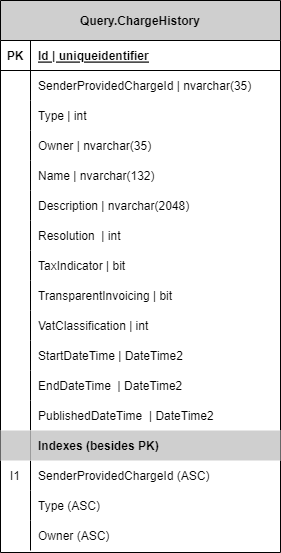
The draw.io diagram docs/data-models/ChargeHistoryDataModel.png in Energinet-DataHub/ARCHIVED-geh-charges, before a commit. Source tidied: cells renumbered, new cells last; positions are measured from the earlier drawing's top-left corner, leaving out a move shared by most shapes.
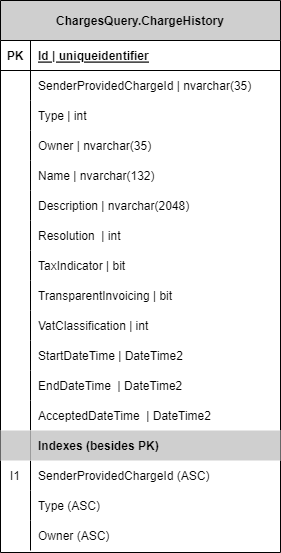
After the change.

Commit message:
AcceptedDateTime and Schema name to ChargesQuery

What changed in the source:
```diff
@@ -2,7 +2,7 @@
   <root>
     <mxCell id="0" />
     <mxCell id="1" parent="0" />
-    <mxCell id="2" value="Query.ChargeHistory" style="shape=table;startSize=40;rowLines=0;fontStyle=1;align=center;fillColor=#CFCFCF;" parent="1" vertex="1">
+    <mxCell id="2" value="ChargesQuery.ChargeHistory" style="shape=table;startSize=40;rowLines=0;fontStyle=1;align=center;fillColor=#CFCFCF;" parent="1" vertex="1">
       <mxGeometry width="280" height="552" as="geometry" />
     </mxCell>
     <mxCell id="3" style="shape=partialRectangle;fillColor=none;top=0;left=0;bottom=1;right=0;" parent="2" vertex="1">
@@ -119,7 +119,7 @@
     <mxCell id="40" style="shape=partialRectangle;fillColor=none;top=0;left=0;bottom=0;right=0;overflow=hidden;" parent="39" vertex="1">
       <mxGeometry width="30" height="30" as="geometry" />
     </mxCell>
-    <mxCell id="41" value="PublishedDateTime  | DateTime2" style="shape=partialRectangle;fillColor=none;top=0;left=0;bottom=0;right=0;align=left;spacingLeft=6;overflow=hidden;" parent="39" vertex="1">
+    <mxCell id="41" value="AcceptedDateTime  | DateTime2" style="shape=partialRectangle;fillColor=none;top=0;left=0;bottom=0;right=0;align=left;spacingLeft=6;overflow=hidden;" parent="39" vertex="1">
       <mxGeometry x="30" width="250" height="30" as="geometry" />
     </mxCell>
     <mxCell id="42" style="shape=partialRectangle;fillColor=none;top=0;left=0;bottom=0;right=0;" parent="2" vertex="1">
```
